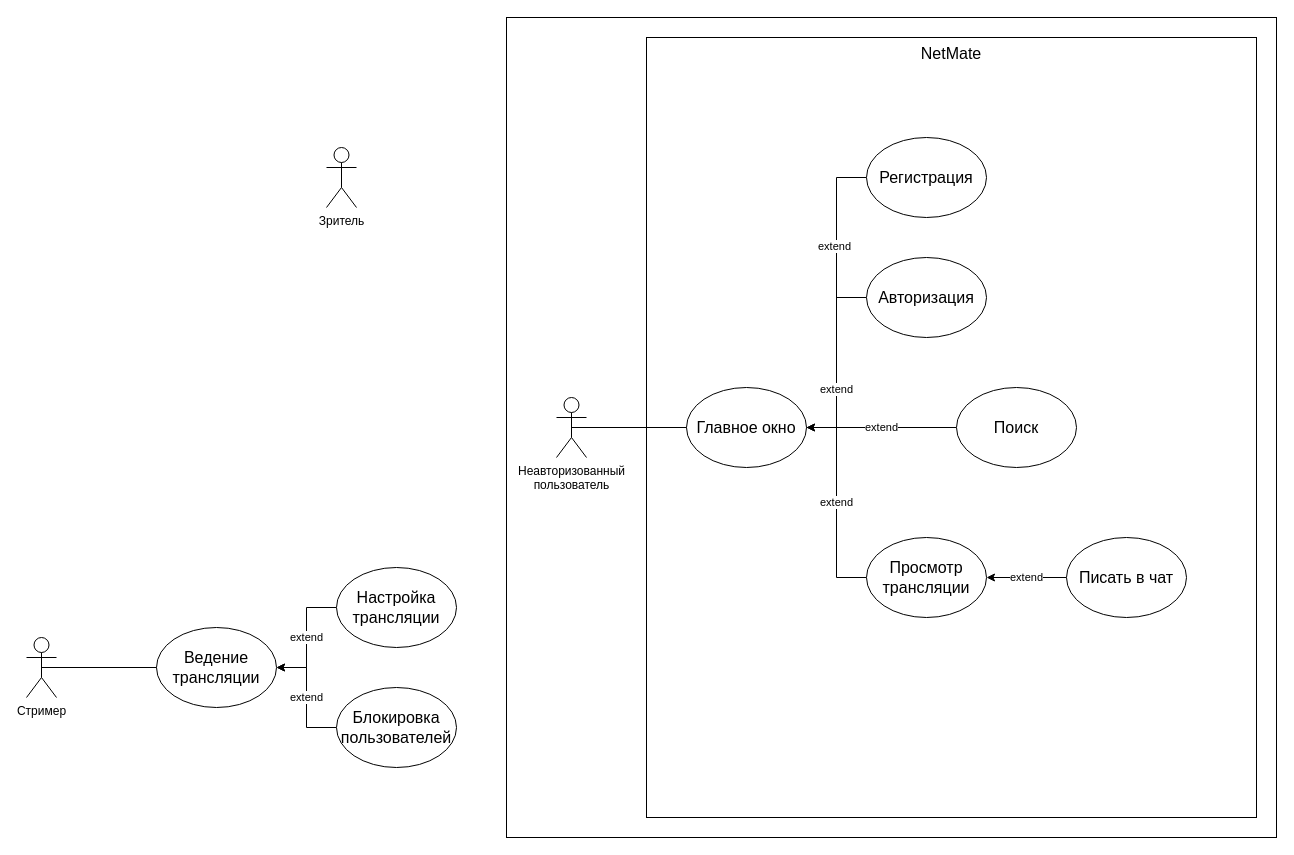
Above: Курсовая Работа/Определение требований/Варианты использования.drawio in FaceMan01/Homework (draw.io), before the change. Source tidied: cells renumbered, new cells numbered last; positions are measured from the earlier drawing's top-left corner, leaving out a move shared by most shapes. Both pictures are drawn from the tidied source at 100%, with x=0, y=0 at pixel (26, 17).
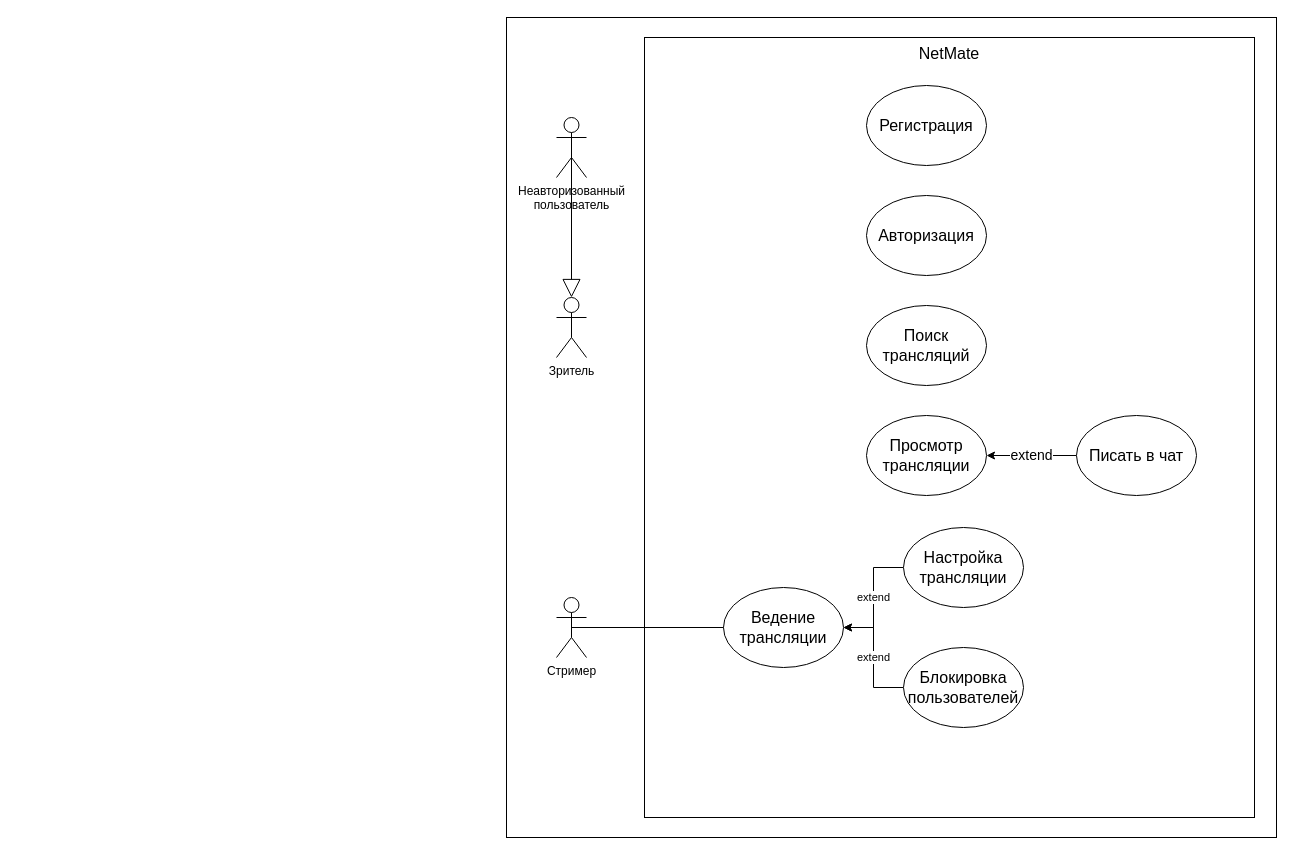
After the change.

The edit, as a diff of the source:
```diff
@@
     <mxCell id="3" value="&lt;span style=&quot;font-size: 16px;&quot;&gt;NetMate&lt;/span&gt;" style="rounded=0;whiteSpace=wrap;html=1;fillColor=none;horizontal=1;verticalAlign=top;" parent="1" vertex="1">
-      <mxGeometry x="620" y="20" width="610" height="780" as="geometry" />
+      <mxGeometry x="618" y="20" width="610" height="780" as="geometry" />
     </mxCell>
     <mxCell id="4" value="Зритель" style="shape=umlActor;verticalLabelPosition=bottom;verticalAlign=top;html=1;outlineConnect=0;" parent="1" vertex="1">
-      <mxGeometry x="300" y="130" width="30" height="60" as="geometry" />
+      <mxGeometry x="530" y="280" width="30" height="60" as="geometry" />
     </mxCell>
     <mxCell id="5" value="&lt;span style=&quot;font-size: 16px;&quot;&gt;Ведение трансляции&lt;/span&gt;" style="ellipse;whiteSpace=wrap;html=1;" parent="1" vertex="1">
-      <mxGeometry x="130" y="610" width="120" height="80" as="geometry" />
+      <mxGeometry x="697" y="570" width="120" height="80" as="geometry" />
     </mxCell>
-    <mxCell id="6" style="edgeStyle=orthogonalEdgeStyle;rounded=0;jettySize=auto;html=1;exitX=1;exitY=0.5;exitDx=0;exitDy=0;entryX=0;entryY=0.5;entryDx=0;entryDy=0;endArrow=none;endFill=0;" parent="1" edge="1" source="10" target="22">
-      <mxGeometry relative="1" as="geometry" />
-    </mxCell>
-    <mxCell id="7" value="extend" style="edgeLabel;html=1;align=center;verticalAlign=middle;" parent="6" vertex="1">
-      <mxGeometry x="0.37" y="3" relative="1" as="geometry" />
-    </mxCell>
-    <mxCell id="8" style="edgeStyle=orthogonalEdgeStyle;rounded=0;jettySize=auto;html=1;exitX=1;exitY=0.5;exitDx=0;exitDy=0;entryX=0;entryY=0.5;entryDx=0;entryDy=0;endArrow=none;endFill=0;" parent="1" edge="1" source="10" target="21">
-      <mxGeometry relative="1" as="geometry" />
-    </mxCell>
-    <mxCell id="9" value="extend" style="edgeLabel;html=1;align=center;verticalAlign=middle;" parent="8" vertex="1">
-      <mxGeometry x="-0.27" y="1" relative="1" as="geometry" />
-    </mxCell>
-    <mxCell id="10" value="&lt;font style=&quot;font-size: 16px;&quot;&gt;Главное окно&lt;/font&gt;" style="ellipse;whiteSpace=wrap;html=1;" parent="1" vertex="1">
-      <mxGeometry x="660" y="370" width="120" height="80" as="geometry" />
-    </mxCell>
-    <mxCell id="11" value="extend" style="edgeStyle=orthogonalEdgeStyle;rounded=0;jettySize=auto;html=1;exitX=0;exitY=0.5;exitDx=0;exitDy=0;entryX=1;entryY=0.5;entryDx=0;entryDy=0;curved=0;startArrow=none;startFill=0;endArrow=classic;endFill=1;" parent="1" edge="1" source="12" target="10">
-      <mxGeometry relative="1" as="geometry" />
-    </mxCell>
-    <mxCell id="12" value="&lt;font style=&quot;font-size: 16px;&quot;&gt;Поиск&lt;/font&gt;" style="ellipse;whiteSpace=wrap;html=1;" parent="1" vertex="1">
-      <mxGeometry x="930" y="370" width="120" height="80" as="geometry" />
+    <mxCell id="12" value="&lt;font style=&quot;font-size: 16px;&quot;&gt;Поиск трансляций&lt;/font&gt;" style="ellipse;whiteSpace=wrap;html=1;" parent="1" vertex="1">
+      <mxGeometry x="840" y="288" width="120" height="80" as="geometry" />
     </mxCell>
-    <mxCell id="13" value="extend" style="edgeStyle=orthogonalEdgeStyle;rounded=0;jettySize=auto;html=1;exitX=0;exitY=0.5;exitDx=0;exitDy=0;entryX=1;entryY=0.5;entryDx=0;entryDy=0;curved=0;startArrow=none;startFill=0;endArrow=classic;endFill=1;" parent="1" edge="1" source="18" target="17">
+    <mxCell id="13" value="extend" style="edgeStyle=orthogonalEdgeStyle;rounded=0;jettySize=auto;html=1;exitX=0;exitY=0.5;exitDx=0;exitDy=0;entryX=1;entryY=0.5;entryDx=0;entryDy=0;curved=0;startArrow=none;startFill=0;endArrow=classic;endFill=1;fontSize=14;" parent="1" edge="1" source="18" target="17">
       <mxGeometry relative="1" as="geometry" />
     </mxCell>
@@
     <mxCell id="15" value="&lt;font style=&quot;font-size: 16px;&quot;&gt;Настройка трансляции&lt;/font&gt;" style="ellipse;whiteSpace=wrap;html=1;" parent="1" vertex="1">
-      <mxGeometry x="310" y="550" width="120" height="80" as="geometry" />
+      <mxGeometry x="877" y="510" width="120" height="80" as="geometry" />
     </mxCell>
-    <mxCell id="16" value="extend" style="edgeStyle=orthogonalEdgeStyle;rounded=0;jettySize=auto;html=1;exitX=0;exitY=0.5;exitDx=0;exitDy=0;entryX=1;entryY=0.5;entryDx=0;entryDy=0;" parent="1" edge="1" source="17" target="10">
-      <mxGeometry relative="1" as="geometry" />
-    </mxCell>
     <mxCell id="17" value="&lt;span style=&quot;font-size: 16px;&quot;&gt;Просмотр трансляции&lt;/span&gt;" style="ellipse;whiteSpace=wrap;html=1;" parent="1" vertex="1">
-      <mxGeometry x="840" y="520" width="120" height="80" as="geometry" />
+      <mxGeometry x="840" y="398" width="120" height="80" as="geometry" />
     </mxCell>
     <mxCell id="18" value="&lt;font style=&quot;font-size: 16px;&quot;&gt;Писать в чат&lt;/font&gt;" style="ellipse;whiteSpace=wrap;html=1;" parent="1" vertex="1">
-      <mxGeometry x="1040" y="520" width="120" height="80" as="geometry" />
+      <mxGeometry x="1050" y="398" width="120" height="80" as="geometry" />
     </mxCell>
@@
     <mxCell id="20" value="&lt;font style=&quot;font-size: 16px;&quot;&gt;Блокировка пользователей&lt;/font&gt;" style="ellipse;whiteSpace=wrap;html=1;" parent="1" vertex="1">
-      <mxGeometry x="310" y="670" width="120" height="80" as="geometry" />
+      <mxGeometry x="877" y="630" width="120" height="80" as="geometry" />
     </mxCell>
     <mxCell id="21" value="&lt;span style=&quot;font-size: 16px;&quot;&gt;Авторизация&lt;/span&gt;" style="ellipse;whiteSpace=wrap;html=1;" parent="1" vertex="1">
-      <mxGeometry x="840" y="240" width="120" height="80" as="geometry" />
+      <mxGeometry x="840" y="178" width="120" height="80" as="geometry" />
     </mxCell>
     <mxCell id="22" value="&lt;span style=&quot;font-size: 16px;&quot;&gt;Регистрация&lt;/span&gt;" style="ellipse;whiteSpace=wrap;html=1;" parent="1" vertex="1">
-      <mxGeometry x="840" y="120" width="120" height="80" as="geometry" />
+      <mxGeometry x="840" y="68" width="120" height="80" as="geometry" />
     </mxCell>
@@
     <mxCell id="24" value="Стример" style="shape=umlActor;verticalLabelPosition=bottom;verticalAlign=top;html=1;outlineConnect=0;" parent="1" vertex="1">
-      <mxGeometry y="620" width="30" height="60" as="geometry" />
+      <mxGeometry x="530" y="580" width="30" height="60" as="geometry" />
     </mxCell>
-    <mxCell id="25" style="edgeStyle=orthogonalEdgeStyle;rounded=0;jettySize=auto;html=1;exitX=0.5;exitY=0.5;exitDx=0;exitDy=0;exitPerimeter=0;entryX=0;entryY=0.5;entryDx=0;entryDy=0;endArrow=none;endFill=0;" parent="1" edge="1" source="26" target="10">
-      <mxGeometry relative="1" as="geometry" />
-    </mxCell>
     <mxCell id="26" value="Неавторизованный&lt;div&gt;пользователь&lt;/div&gt;" style="shape=umlActor;verticalLabelPosition=bottom;verticalAlign=top;html=1;outlineConnect=0;" parent="1" vertex="1">
-      <mxGeometry x="530" y="380" width="30" height="60" as="geometry" />
+      <mxGeometry x="530" y="100" width="30" height="60" as="geometry" />
     </mxCell>
+    <mxCell id="27" style="edgeStyle=orthogonalEdgeStyle;rounded=0;jettySize=auto;html=1;exitX=0.5;exitY=0.5;exitDx=0;exitDy=0;exitPerimeter=0;entryX=0.5;entryY=0;entryDx=0;entryDy=0;entryPerimeter=0;endArrow=block;endFill=0;targetPerimeterSpacing=0;strokeWidth=1;endSize=16;" parent="1" edge="1" source="26" target="4">
+      <mxGeometry relative="1" as="geometry" />
+    </mxCell>
```
